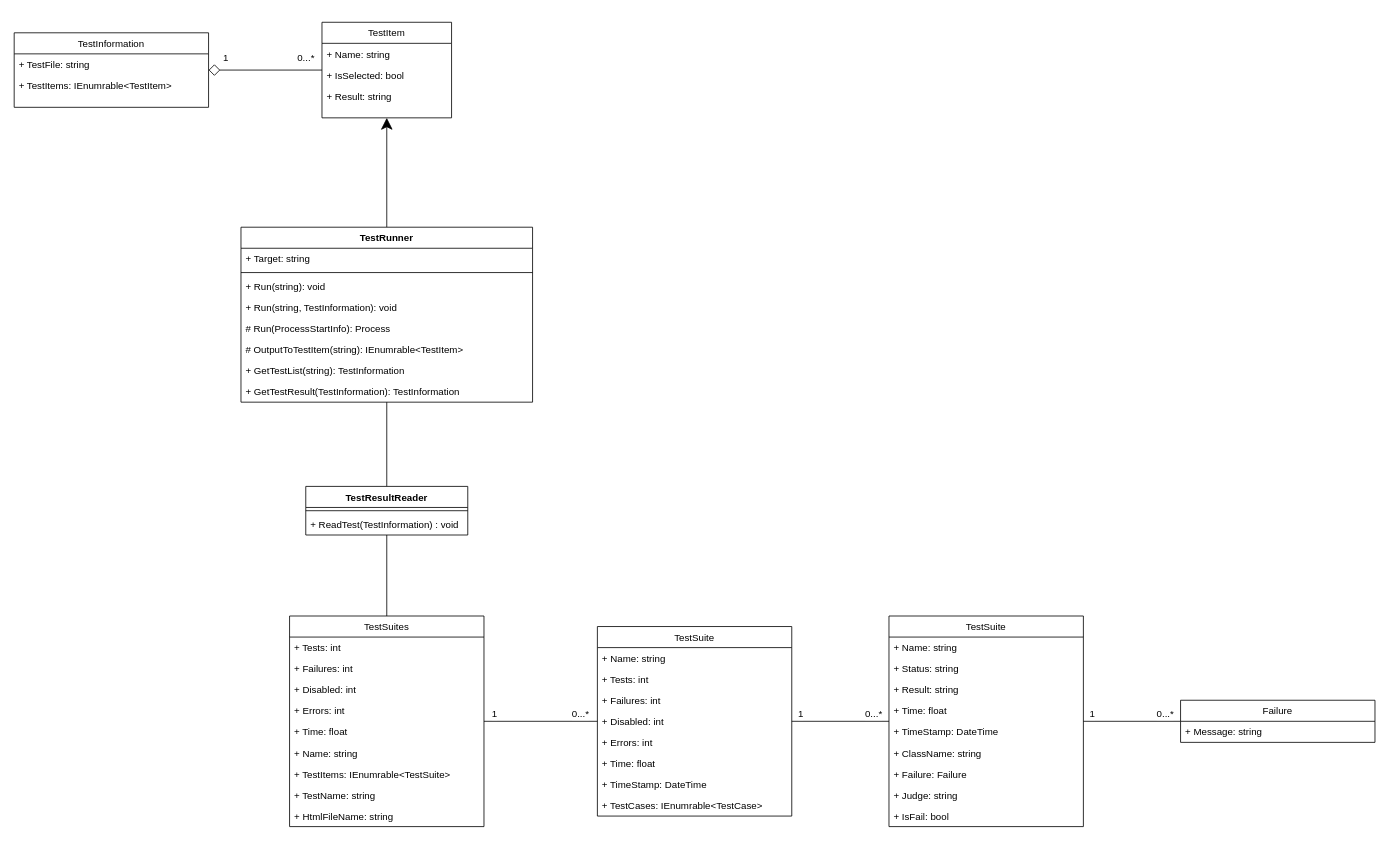
Above: page "class diagram" (3 of 3) of doc/software_design.drawio in CountrySideEngineer/googletest_gui (draw.io), before the change. Source tidied: cells renumbered, new cells numbered last; positions are measured from the earlier drawing's top-left corner, leaving out a move shared by most shapes. Both pictures are drawn from the tidied source at 81%, with x=0, y=0 at pixel (14, 22).
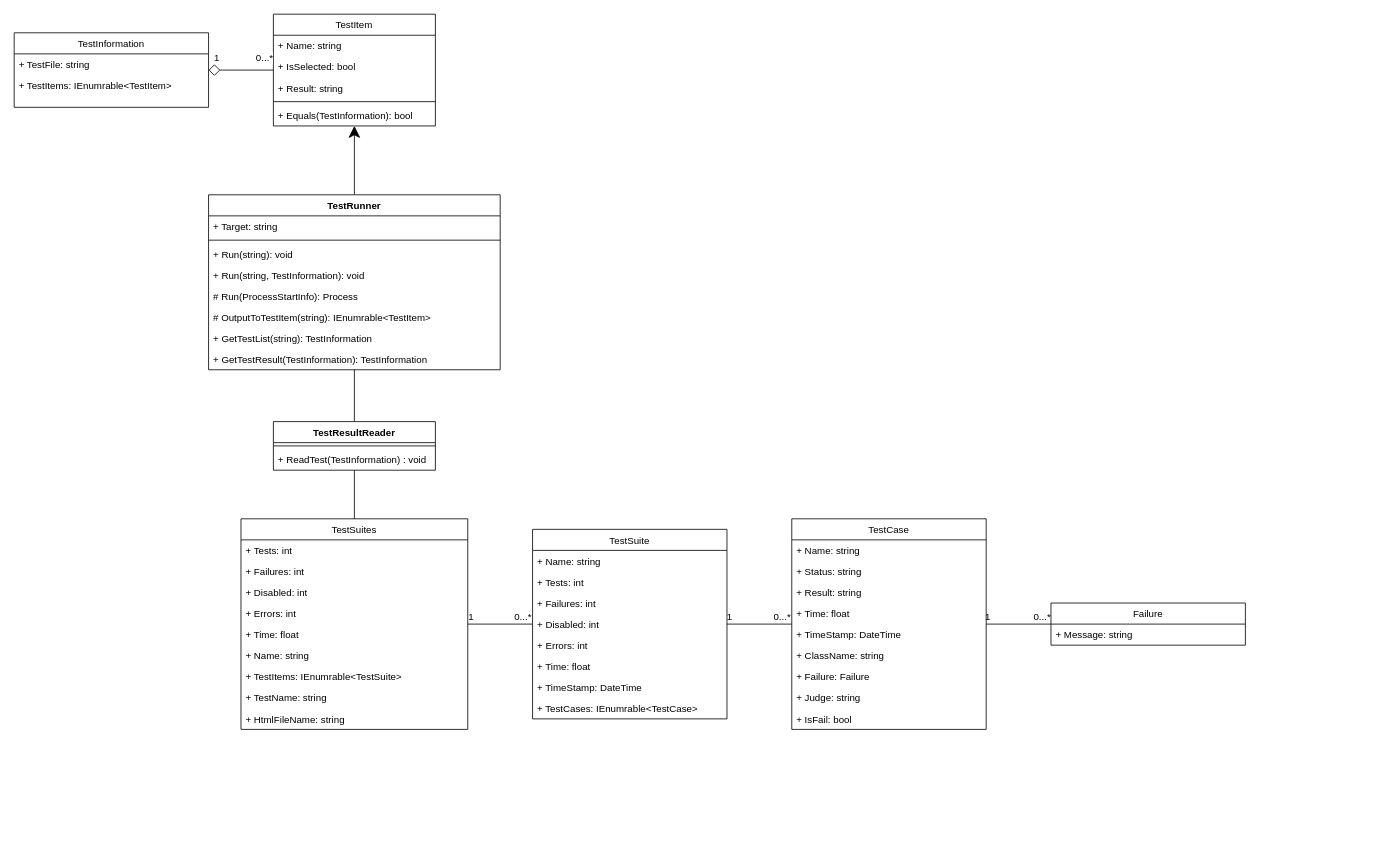
Above is the later version.

Change to the diagram source:
```diff
@@
     <mxCell id="2" value="TestItem" style="swimlane;fontStyle=0;horizontal=1;startSize=26;fillColor=none;" parent="1" vertex="1">
-      <mxGeometry x="380" width="160" height="118" as="geometry" />
+      <mxGeometry x="320" y="-10" width="200" height="138" as="geometry" />
     </mxCell>
     <mxCell id="3" value="+ Name: string" style="text;strokeColor=none;fillColor=none;align=left;verticalAlign=top;spacingLeft=4;spacingRight=4;overflow=hidden;" parent="2" vertex="1">
-      <mxGeometry y="26" width="160" height="26" as="geometry" />
+      <mxGeometry y="26" width="200" height="26" as="geometry" />
     </mxCell>
     <mxCell id="4" value="+ IsSelected: bool" style="text;strokeColor=none;fillColor=none;align=left;verticalAlign=top;spacingLeft=4;spacingRight=4;overflow=hidden;" parent="2" vertex="1">
-      <mxGeometry y="52" width="160" height="26" as="geometry" />
+      <mxGeometry y="52" width="200" height="26" as="geometry" />
     </mxCell>
     <mxCell id="5" value="+ Result: string" style="text;strokeColor=none;fillColor=none;align=left;verticalAlign=top;spacingLeft=4;spacingRight=4;overflow=hidden;" parent="2" vertex="1">
-      <mxGeometry y="78" width="160" height="26" as="geometry" />
+      <mxGeometry y="78" width="200" height="26" as="geometry" />
     </mxCell>
-    <mxCell id="6" style="text;strokeColor=none;fillColor=none;align=left;verticalAlign=middle;spacingTop=-1;spacingLeft=4;spacingRight=4;labelPosition=right;" parent="2" vertex="1">
-      <mxGeometry y="104" width="160" height="14" as="geometry" />
-    </mxCell>
+    <mxCell id="69" style="line;strokeWidth=1;fillColor=none;align=left;verticalAlign=middle;spacingTop=-1;spacingLeft=3;spacingRight=3;labelPosition=right;" parent="2" vertex="1">
+      <mxGeometry y="104" width="200" height="8" as="geometry" />
+    </mxCell>
+    <mxCell id="70" value="+ Equals(TestInformation): bool" style="text;strokeColor=none;fillColor=none;align=left;verticalAlign=top;spacingLeft=4;spacingRight=4;overflow=hidden;" parent="2" vertex="1">
+      <mxGeometry y="112" width="200" height="26" as="geometry" />
+    </mxCell>
@@
     <mxCell id="9" value="TestRunner" style="swimlane;fontStyle=1;align=center;verticalAlign=top;horizontal=1;startSize=26;" parent="1" vertex="1">
-      <mxGeometry x="280" y="253" width="360" height="216" as="geometry" />
+      <mxGeometry x="240" y="213" width="360" height="216" as="geometry" />
     </mxCell>
@@
     <mxCell id="26" value="TestResultReader" style="swimlane;fontStyle=1;align=center;verticalAlign=top;horizontal=1;startSize=26;" parent="1" vertex="1">
-      <mxGeometry x="360" y="573" width="200" height="60" as="geometry" />
+      <mxGeometry x="320" y="493" width="200" height="60" as="geometry" />
     </mxCell>
@@
     <mxCell id="32" value="TestSuites" style="swimlane;fontStyle=0;horizontal=1;startSize=26;fillColor=none;" parent="1" vertex="1">
-      <mxGeometry x="340" y="733" width="240" height="260" as="geometry" />
+      <mxGeometry x="280" y="613" width="280" height="260" as="geometry" />
     </mxCell>
     <mxCell id="33" value="+ Tests: int" style="text;strokeColor=none;fillColor=none;align=left;verticalAlign=top;spacingLeft=4;spacingRight=4;overflow=hidden;" parent="32" vertex="1">
-      <mxGeometry y="26" width="240" height="26" as="geometry" />
+      <mxGeometry y="26" width="280" height="26" as="geometry" />
     </mxCell>
     <mxCell id="34" value="+ Failures: int" style="text;strokeColor=none;fillColor=none;align=left;verticalAlign=top;spacingLeft=4;spacingRight=4;overflow=hidden;" parent="32" vertex="1">
-      <mxGeometry y="52" width="240" height="26" as="geometry" />
+      <mxGeometry y="52" width="280" height="26" as="geometry" />
     </mxCell>
     <mxCell id="35" value="+ Disabled: int" style="text;strokeColor=none;fillColor=none;align=left;verticalAlign=top;spacingLeft=4;spacingRight=4;overflow=hidden;" parent="32" vertex="1">
-      <mxGeometry y="78" width="240" height="26" as="geometry" />
+      <mxGeometry y="78" width="280" height="26" as="geometry" />
     </mxCell>
     <mxCell id="36" value="+ Errors: int" style="text;strokeColor=none;fillColor=none;align=left;verticalAlign=top;spacingLeft=4;spacingRight=4;overflow=hidden;" parent="32" vertex="1">
-      <mxGeometry y="104" width="240" height="26" as="geometry" />
+      <mxGeometry y="104" width="280" height="26" as="geometry" />
     </mxCell>
     <mxCell id="37" value="+ Time: float" style="text;strokeColor=none;fillColor=none;align=left;verticalAlign=top;spacingLeft=4;spacingRight=4;overflow=hidden;" parent="32" vertex="1">
-      <mxGeometry y="130" width="240" height="26" as="geometry" />
+      <mxGeometry y="130" width="280" height="26" as="geometry" />
     </mxCell>
     <mxCell id="38" value="+ Name: string" style="text;strokeColor=none;fillColor=none;align=left;verticalAlign=top;spacingLeft=4;spacingRight=4;overflow=hidden;" parent="32" vertex="1">
-      <mxGeometry y="156" width="240" height="26" as="geometry" />
+      <mxGeometry y="156" width="280" height="26" as="geometry" />
     </mxCell>
     <mxCell id="39" value="+ TestItems: IEnumrable&lt;TestSuite&gt;" style="text;strokeColor=none;fillColor=none;align=left;verticalAlign=top;spacingLeft=4;spacingRight=4;overflow=hidden;" parent="32" vertex="1">
-      <mxGeometry y="182" width="240" height="26" as="geometry" />
+      <mxGeometry y="182" width="280" height="26" as="geometry" />
     </mxCell>
     <mxCell id="40" value="+ TestName: string" style="text;strokeColor=none;fillColor=none;align=left;verticalAlign=top;spacingLeft=4;spacingRight=4;overflow=hidden;" parent="32" vertex="1">
-      <mxGeometry y="208" width="240" height="26" as="geometry" />
+      <mxGeometry y="208" width="280" height="26" as="geometry" />
     </mxCell>
     <mxCell id="41" value="+ HtmlFileName: string" style="text;strokeColor=none;fillColor=none;align=left;verticalAlign=top;spacingLeft=4;spacingRight=4;overflow=hidden;" parent="32" vertex="1">
-      <mxGeometry y="234" width="240" height="26" as="geometry" />
+      <mxGeometry y="234" width="280" height="26" as="geometry" />
     </mxCell>
@@
     <mxCell id="45" value="TestSuite" style="swimlane;fontStyle=0;horizontal=1;startSize=26;fillColor=none;" parent="1" vertex="1">
-      <mxGeometry x="720" y="746" width="240" height="234" as="geometry" />
+      <mxGeometry x="640" y="626" width="240" height="234" as="geometry" />
     </mxCell>
@@
-    <mxCell id="57" value="TestSuite" style="swimlane;fontStyle=0;horizontal=1;startSize=26;fillColor=none;" parent="1" vertex="1">
-      <mxGeometry x="1080" y="733" width="240" height="260" as="geometry" />
+    <mxCell id="57" value="TestCase" style="swimlane;fontStyle=0;horizontal=1;startSize=26;fillColor=none;" parent="1" vertex="1">
+      <mxGeometry x="960" y="613" width="240" height="260" as="geometry" />
     </mxCell>
@@
     <mxCell id="67" value="Failure" style="swimlane;fontStyle=0;horizontal=1;startSize=26;fillColor=none;" parent="1" vertex="1">
-      <mxGeometry x="1440" y="837" width="240" height="52" as="geometry" />
+      <mxGeometry x="1280" y="717" width="240" height="52" as="geometry" />
     </mxCell>
```
